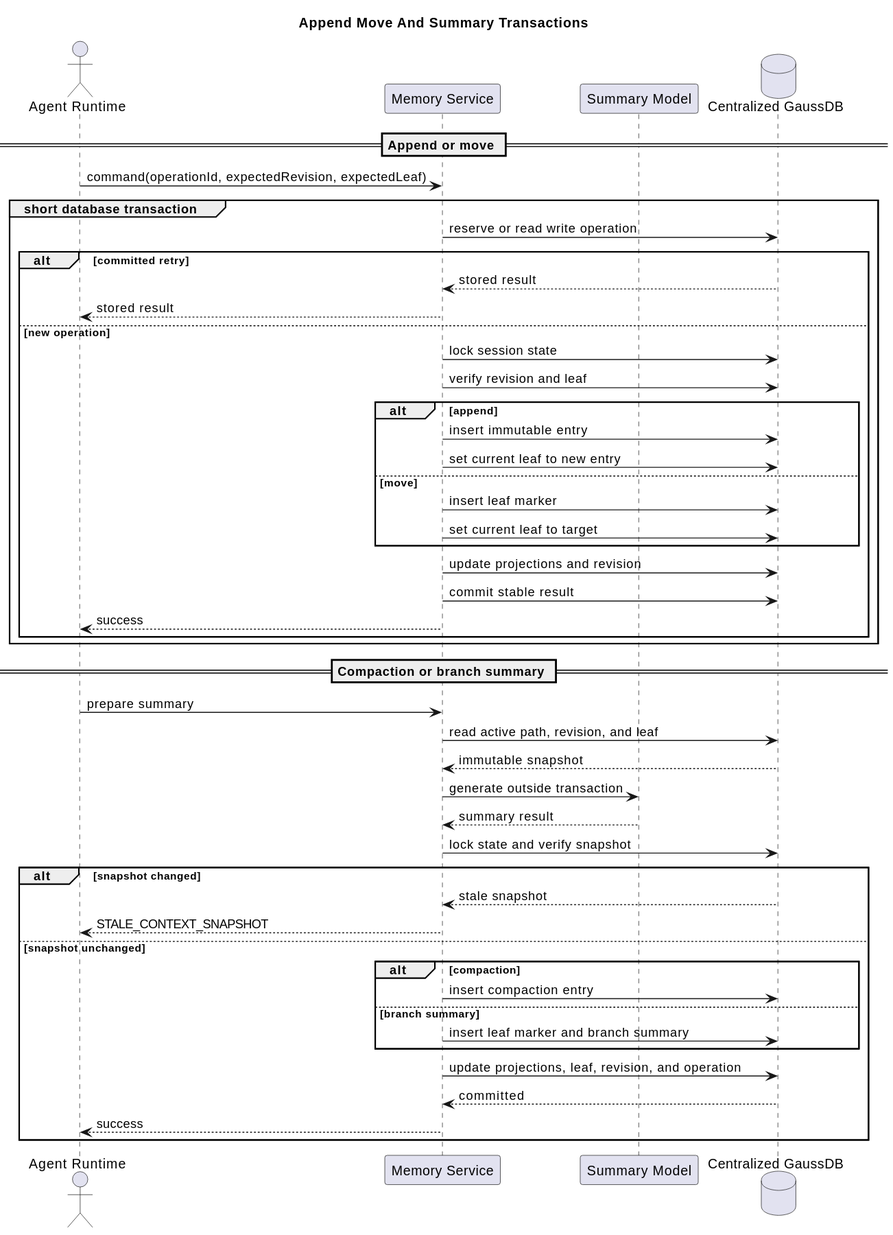
superheromeZzh/pi-mono-java-design keeps this PlantUML diagram as diagrams/memory/memory-write-transaction.svg. Above is the earlier version.
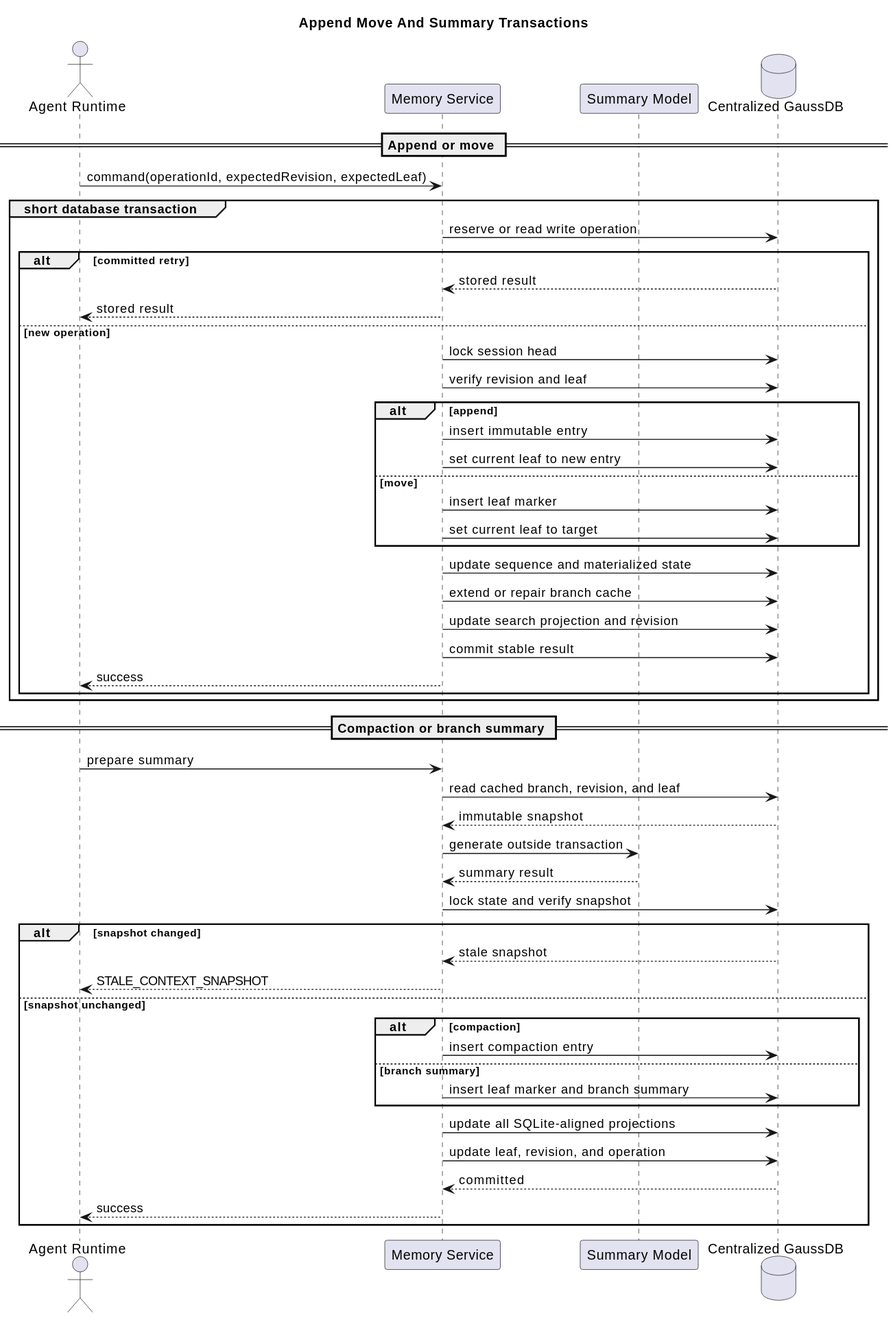
The same file after the commit.

Commit message:
docs(memory): align GaussDB design with SQLite

Change to the diagram source:
```diff
@@ -1,5 +1,6 @@
 @startuml
 title Append Move And Summary Transactions
+skinparam backgroundColor #FFFFFF
 
 
 actor "Agent Runtime" as runtime
@@ -15,7 +16,7 @@
     db --> memory : stored result
     memory --> runtime : stored result
   else new operation
-    memory -> db : lock session state
+    memory -> db : lock session head
     memory -> db : verify revision and leaf
     alt append
       memory -> db : insert immutable entry
@@ -24,7 +25,9 @@
       memory -> db : insert leaf marker
       memory -> db : set current leaf to target
     end
-    memory -> db : update projections and revision
+    memory -> db : update sequence and materialized state
+    memory -> db : extend or repair branch cache
+    memory -> db : update search projection and revision
     memory -> db : commit stable result
     memory --> runtime : success
   end
@@ -32,7 +35,7 @@
 
 == Compaction or branch summary ==
 runtime -> memory : prepare summary
-memory -> db : read active path, revision, and leaf
+memory -> db : read cached branch, revision, and leaf
 db --> memory : immutable snapshot
 memory -> model : generate outside transaction
 model --> memory : summary result
@@ -46,7 +49,8 @@
   else branch summary
     memory -> db : insert leaf marker and branch summary
   end
-  memory -> db : update projections, leaf, revision, and operation
+  memory -> db : update all SQLite-aligned projections
+  memory -> db : update leaf, revision, and operation
   db --> memory : committed
   memory --> runtime : success
 end
```
